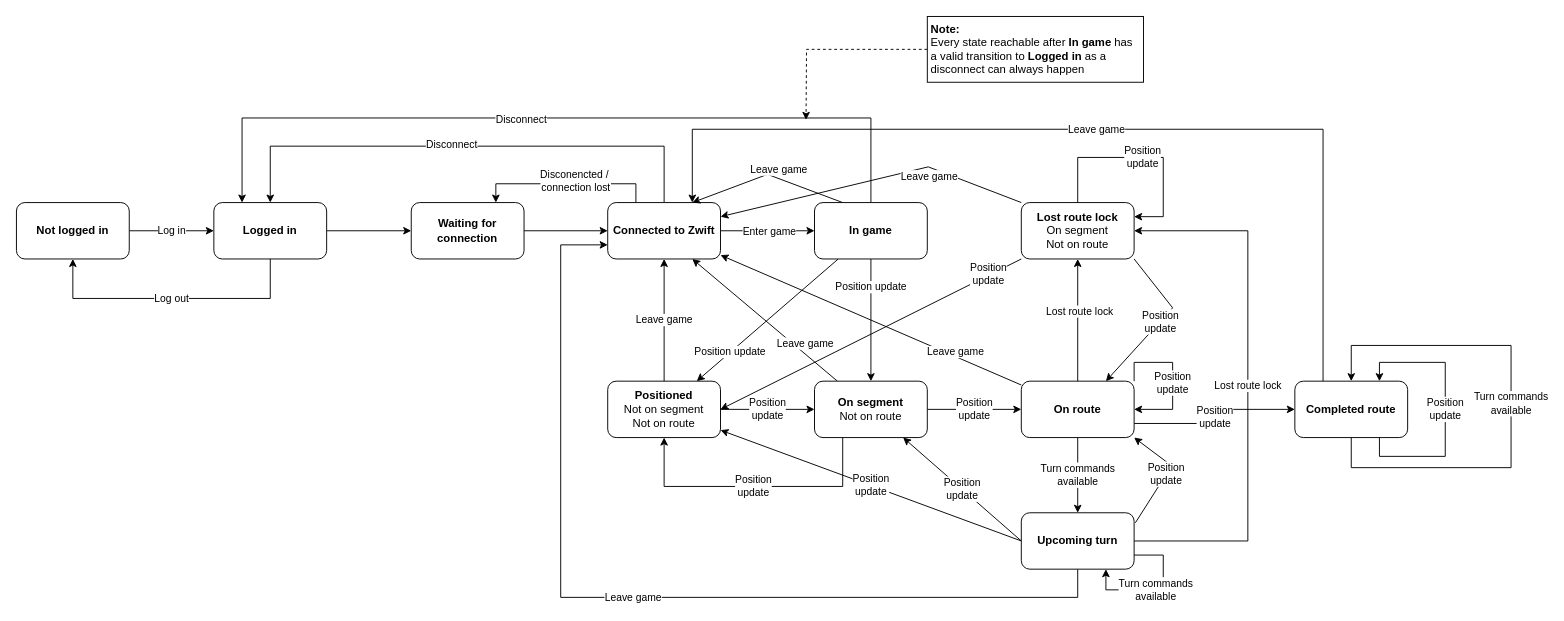
Earlier version of the draw.io diagram GameStates.drawio (sandermvanvliet/RoadCaptain). Source tidied: cells renumbered, new cells numbered last; positions are measured from the earlier drawing's top-left corner, leaving out a move shared by most shapes. Both pictures are drawn from the tidied source at 94%, with x=0, y=0 at pixel (16, 16).
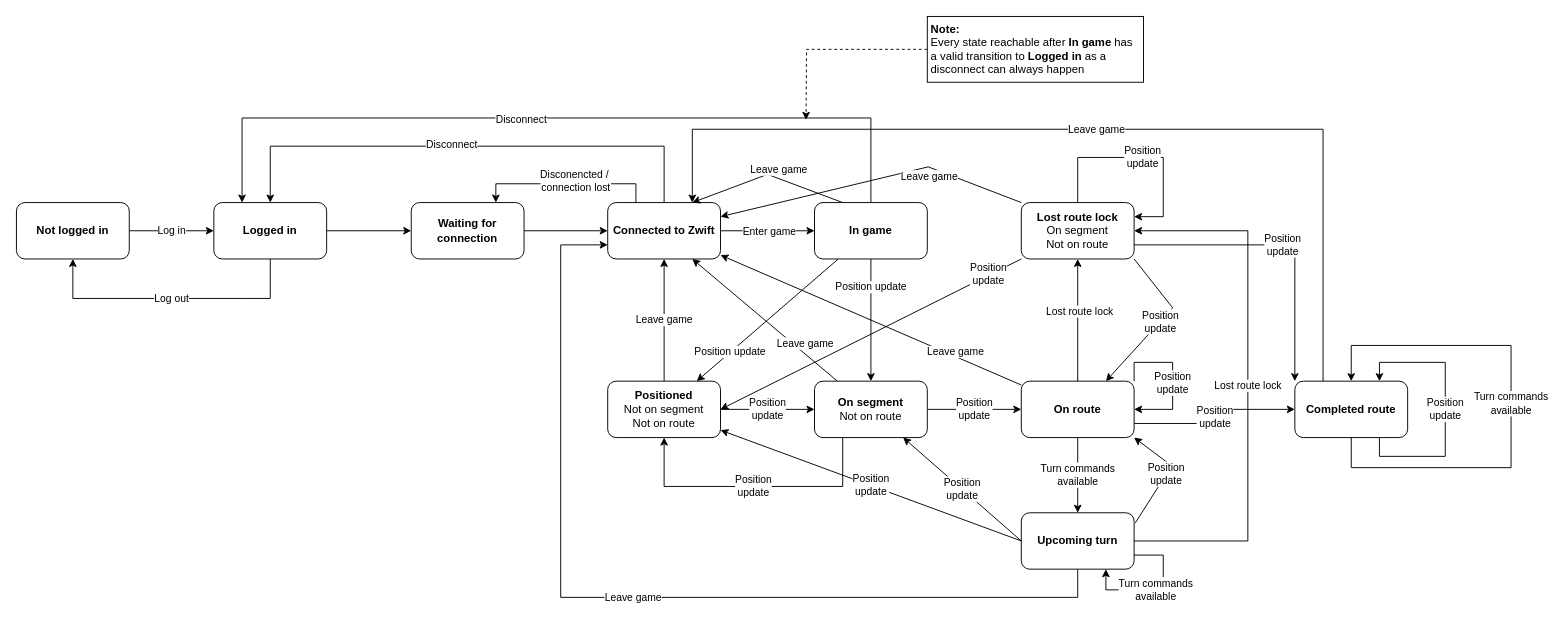
After the change.

Unchanged cells that the change refers to:
```xml
<mxCell id="48" value="&lt;b&gt;Lost route lock&lt;/b&gt;&lt;br&gt;On segment&lt;br&gt;Not on route" style="whiteSpace=wrap;html=1;rounded=1;" parent="1" vertex="1">
  <mxGeometry x="1069" y="198" width="120" height="60" as="geometry" />
</mxCell>
<mxCell id="53" value="&lt;b&gt;Completed route&lt;br&gt;&lt;/b&gt;" style="whiteSpace=wrap;html=1;rounded=1;" parent="1" vertex="1">
  <mxGeometry x="1360" y="388" width="120" height="60" as="geometry" />
</mxCell>
```

Diff of the diagram source:
```diff
@@
+    <mxCell id="56" value="Position&lt;br&gt;update" style="edgeStyle=orthogonalEdgeStyle;rounded=0;jettySize=auto;html=1;exitX=1;exitY=0.75;exitDx=0;exitDy=0;entryX=0;entryY=0;entryDx=0;entryDy=0;" parent="1" edge="1" source="48" target="53">
+      <mxGeometry relative="1" as="geometry" />
+    </mxCell>
```
